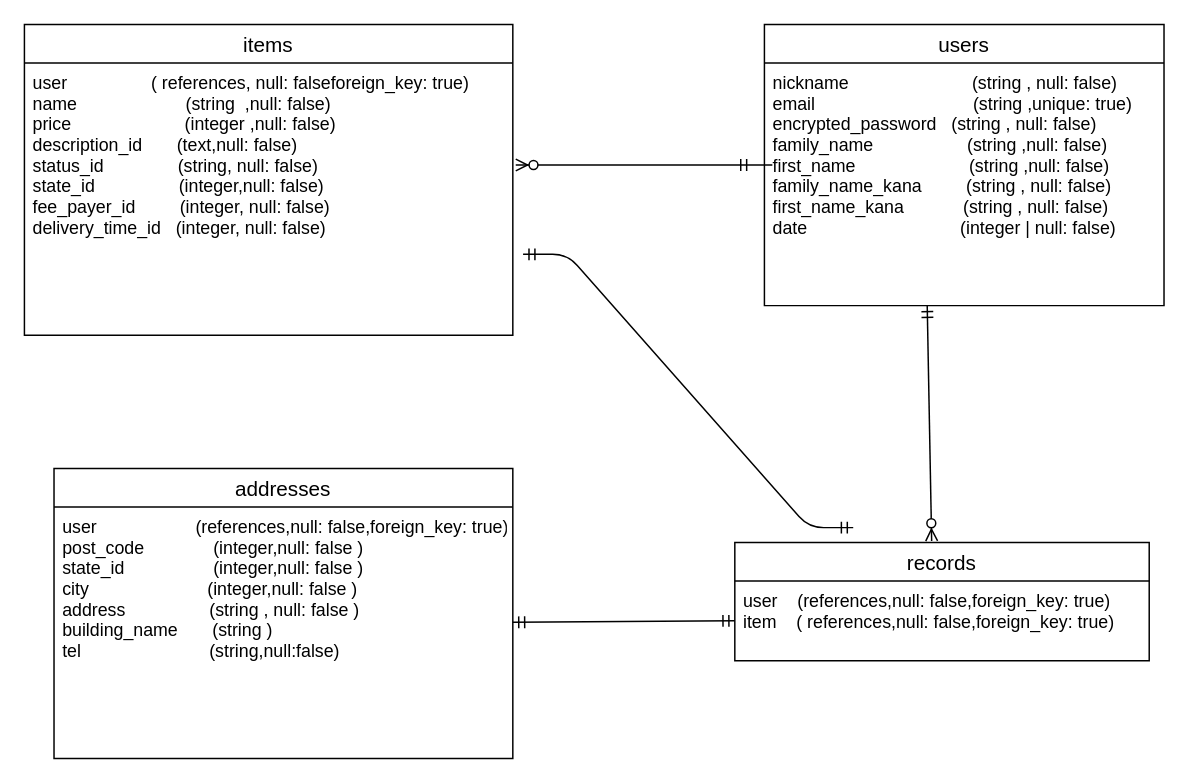
Above: test.dio in yudaiishiyama/furima-38009 (draw.io), before the change. Source tidied: cells renumbered, new cells numbered last; positions are measured from the earlier drawing's top-left corner, leaving out a move shared by most shapes. Both pictures are drawn from the tidied source at 148%, with x=0, y=0 at pixel (24, 24).
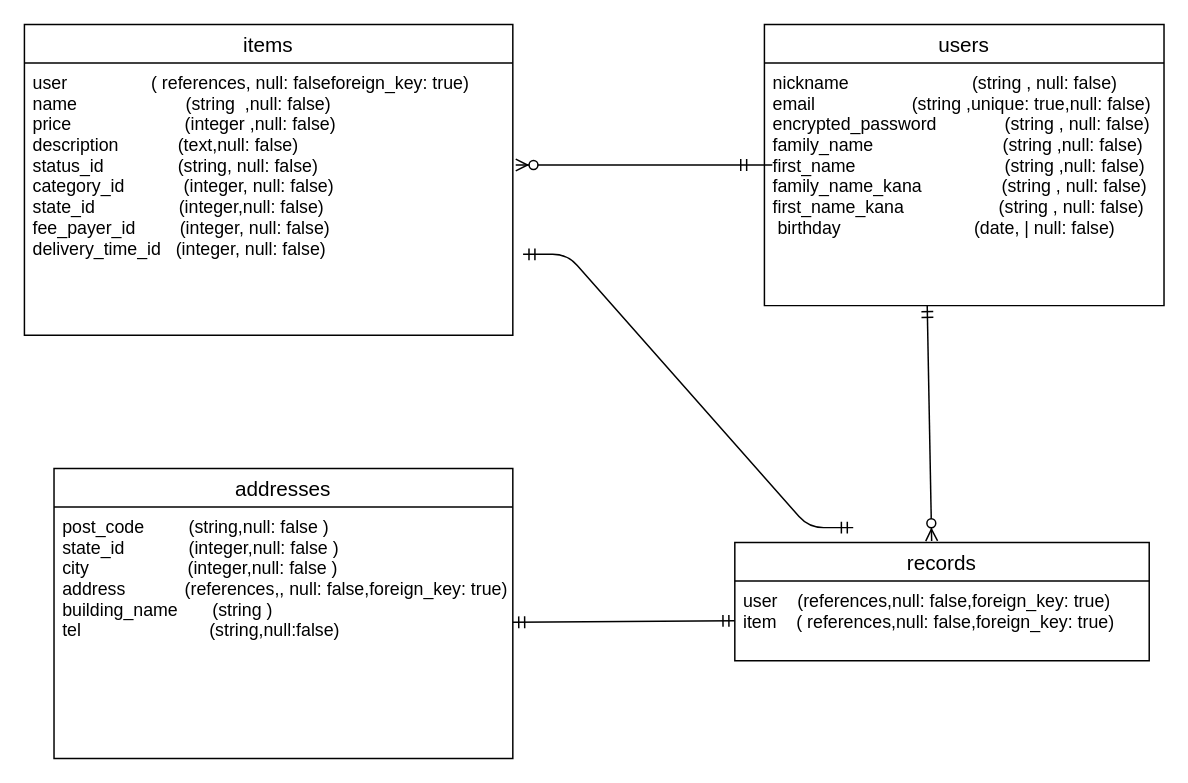
After the change.

The edit, as a diff of the source:
```diff
@@
 <mxGraphModel>
   <root>
     <mxCell id="0" />
     <mxCell id="1" parent="0" />
     <mxCell id="2" value="addresses" style="swimlane;fontStyle=0;horizontal=1;startSize=26;align=center;fontSize=14;" parent="1" vertex="1">
       <mxGeometry x="20" y="300" width="310" height="196" as="geometry" />
     </mxCell>
-    <mxCell id="3" value="user                    (references,null: false,foreign_key: true)&#10;post_code              (integer,null: false )&#10;state_id                  (integer,null: false )&#10;city                        (integer,null: false )&#10;address                 (string , null: false )&#10;building_name       (string )&#10;tel                          (string,null:false)" style="text;strokeColor=none;fillColor=none;spacingLeft=4;spacingRight=4;overflow=hidden;fontSize=12;" parent="2" vertex="1">
+    <mxCell id="3" value="post_code         (string,null: false )&#10;state_id             (integer,null: false )&#10;city                    (integer,null: false )&#10;address            (references,, null: false,foreign_key: true)&#10;building_name       (string )&#10;tel                          (string,null:false)" style="text;strokeColor=none;fillColor=none;spacingLeft=4;spacingRight=4;overflow=hidden;fontSize=12;" parent="2" vertex="1">
       <mxGeometry y="26" width="310" height="170" as="geometry" />
     </mxCell>
     <mxCell id="4" value="records" style="swimlane;fontStyle=0;horizontal=1;startSize=26;align=center;fontSize=14;" parent="1" vertex="1">
       <mxGeometry x="480" y="350" width="280" height="80" as="geometry" />
     </mxCell>
     <mxCell id="5" value="user    (references,null: false,foreign_key: true)&#10;item    ( references,null: false,foreign_key: true)" style="text;strokeColor=none;fillColor=none;spacingLeft=4;spacingRight=4;overflow=hidden;points=[[0,0.5],[1,0.5]];portConstraint=eastwest;fontSize=12;" parent="4" vertex="1">
       <mxGeometry y="26" width="280" height="54" as="geometry" />
     </mxCell>
     <mxCell id="6" value="users" style="swimlane;fontStyle=0;horizontal=1;startSize=26;align=center;fontSize=14;" parent="1" vertex="1">
       <mxGeometry x="500" width="270" height="190" as="geometry" />
     </mxCell>
-    <mxCell id="7" value="nickname                         (string , null: false)&#10;email                                (string ,unique: true)&#10;encrypted_password   (string , null: false)&#10;family_name                   (string ,null: false)&#10;first_name                       (string ,null: false)&#10;family_name_kana         (string , null: false)&#10;first_name_kana            (string , null: false)&#10;date                               (integer | null: false)&#10;" style="text;strokeColor=none;fillColor=none;spacingLeft=4;spacingRight=4;overflow=hidden;fontSize=12;" parent="6" vertex="1">
+    <mxCell id="7" value="nickname                         (string , null: false)&#10;email               　 (string ,unique: true,null: false)&#10;encrypted_password   　　　(string , null: false)&#10;family_name                  　　 (string ,null: false)&#10;first_name                       　　(string ,null: false)&#10;family_name_kana         　　(string , null: false)&#10;first_name_kana           　　 (string , null: false)&#10; birthday                           (date, | null: false)&#10;" style="text;strokeColor=none;fillColor=none;spacingLeft=4;spacingRight=4;overflow=hidden;fontSize=12;" parent="6" vertex="1">
       <mxGeometry y="26" width="270" height="164" as="geometry" />
     </mxCell>
     <mxCell id="8" value="items" style="swimlane;fontStyle=0;horizontal=1;startSize=26;align=center;fontSize=14;" parent="1" vertex="1">
       <mxGeometry width="330" height="210" as="geometry" />
     </mxCell>
-    <mxCell id="9" value=" user                 ( references, null: falseforeign_key: true)&#10; name                      (string  ,null: false)&#10; price                       (integer ,null: false)&#10; description_id       (text,null: false)&#10; status_id               (string, null: false)&#10; state_id                 (integer,null: false)&#10; fee_payer_id         (integer, null: false)&#10; delivery_time_id   (integer, null: false)" style="text;strokeColor=none;fillColor=none;spacingLeft=4;spacingRight=4;overflow=hidden;points=[[0,0.5],[1,0.5]];portConstraint=eastwest;fontSize=12;" parent="8" vertex="1">
+    <mxCell id="9" value=" user                 ( references, null: falseforeign_key: true)&#10; name                      (string  ,null: false)&#10; price                       (integer ,null: false)&#10; description            (text,null: false)&#10;status_id               (string, null: false)&#10;category_id            (integer, null: false)&#10; state_id                 (integer,null: false)&#10; fee_payer_id         (integer, null: false)&#10; delivery_time_id   (integer, null: false)" style="text;strokeColor=none;fillColor=none;spacingLeft=4;spacingRight=4;overflow=hidden;points=[[0,0.5],[1,0.5]];portConstraint=eastwest;fontSize=12;" parent="8" vertex="1">
       <mxGeometry y="26" width="330" height="184" as="geometry" />
     </mxCell>
     <mxCell id="10" style="edgeStyle=entityRelationEdgeStyle;fontSize=12;html=1;endArrow=ERzeroToMany;startArrow=ERmandOne;entryX=1.006;entryY=0.375;entryDx=0;entryDy=0;entryPerimeter=0;" parent="1" edge="1" target="9">
       <mxGeometry relative="1" as="geometry">
         <mxPoint x="480" y="95" as="sourcePoint" />
       </mxGeometry>
     </mxCell>
     <mxCell id="11" style="fontSize=12;html=1;endArrow=ERzeroToMany;startArrow=ERmandOne;entryX=0.475;entryY=-0.012;entryDx=0;entryDy=0;entryPerimeter=0;" parent="1" edge="1" target="4">
       <mxGeometry relative="1" as="geometry">
         <mxPoint x="610" y="190" as="sourcePoint" />
       </mxGeometry>
     </mxCell>
     <mxCell id="12" style="edgeStyle=entityRelationEdgeStyle;fontSize=12;html=1;endArrow=ERmandOne;startArrow=ERmandOne;exitX=1.021;exitY=0.703;exitDx=0;exitDy=0;exitPerimeter=0;" parent="1" edge="1" source="9">
       <mxGeometry relative="1" as="geometry">
         <mxPoint x="560" y="340" as="targetPoint" />
       </mxGeometry>
     </mxCell>
     <mxCell id="13" style="fontSize=12;html=1;endArrow=ERmandOne;startArrow=ERmandOne;entryX=0;entryY=0.5;entryDx=0;entryDy=0;" parent="1" edge="1" target="5">
       <mxGeometry relative="1" as="geometry">
         <mxPoint x="330" y="404" as="sourcePoint" />
       </mxGeometry>
     </mxCell>
   </root>
 </mxGraphModel>
```
